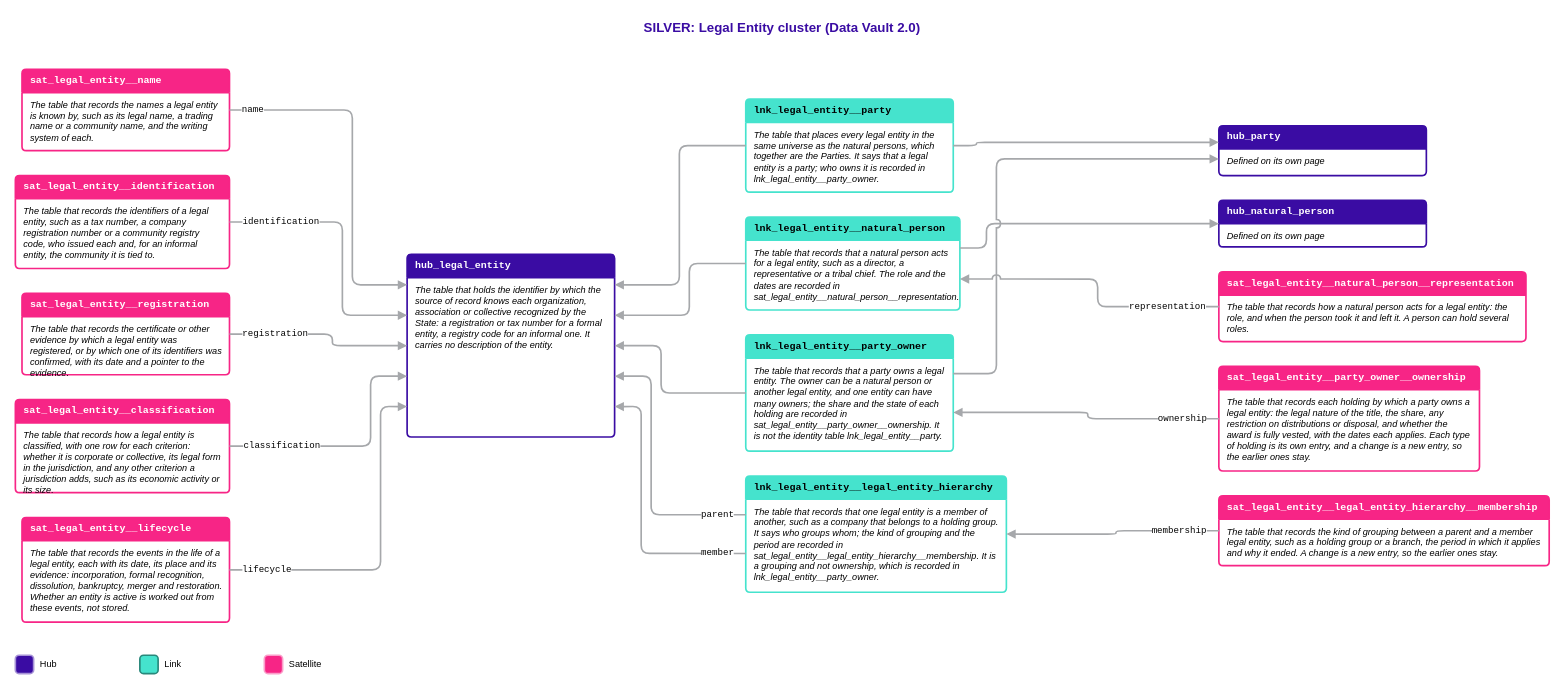
luisruizML/documents keeps this draw.io diagram as Rosetta/Business_Objects/drawio/Diagrams_Legal_Entity_Simplified.drawio. Above is the earlier version. Source tidied: cells renumbered, new cells numbered last; positions are measured from the earlier drawing's top-left corner, leaving out a move shared by most shapes. Both pictures are drawn from the tidied source at 83%, with x=0, y=0 at pixel (15, 14).
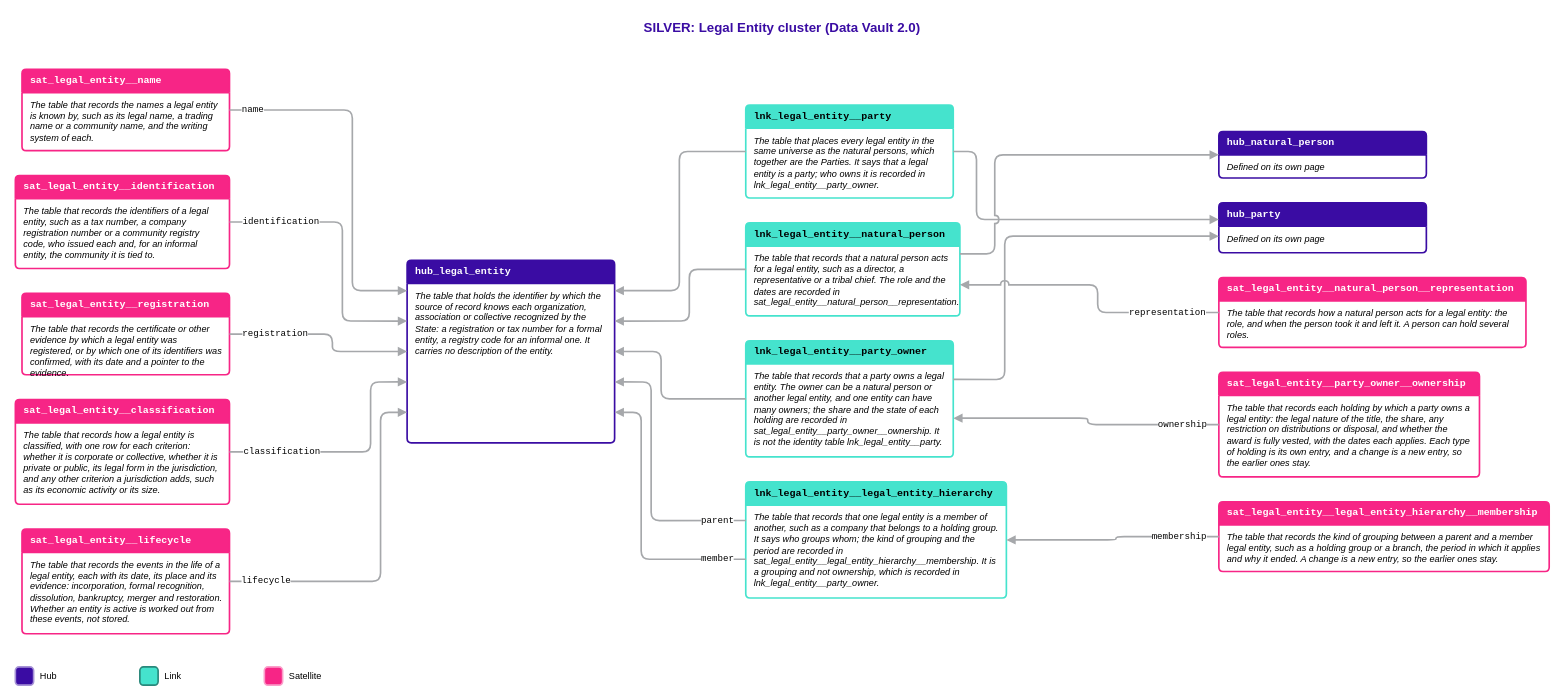
The same diagram, later.

The change refers to these unchanged cells:
```xml
<mxCell id="13" value="sat_legal_entity__name" style="swimlane;html=1;whiteSpace=wrap;rounded=1;arcSize=6;startSize=28;fillColor=#F72586;swimlaneFillColor=#FFFFFF;strokeColor=#F72586;strokeWidth=2;fontFamily=Courier New;fontSize=12;fontStyle=1;fontColor=#FFFFFF;align=left;spacingLeft=8;" parent="1" vertex="1">
  <mxGeometry x="8" y="66" width="250" height="98" as="geometry" />
</mxCell>
<mxCell id="15" value="sat_legal_entity__identification" style="swimlane;html=1;whiteSpace=wrap;rounded=1;arcSize=6;startSize=28;fillColor=#F72586;swimlaneFillColor=#FFFFFF;strokeColor=#F72586;strokeWidth=2;fontFamily=Courier New;fontSize=12;fontStyle=1;fontColor=#FFFFFF;align=left;spacingLeft=8;" parent="1" vertex="1">
  <mxGeometry y="194" width="258" height="112" as="geometry" />
</mxCell>
<mxCell id="17" value="sat_legal_entity__registration" style="swimlane;html=1;whiteSpace=wrap;rounded=1;arcSize=6;startSize=28;fillColor=#F72586;swimlaneFillColor=#FFFFFF;strokeColor=#F72586;strokeWidth=2;fontFamily=Courier New;fontSize=12;fontStyle=1;fontColor=#FFFFFF;align=left;spacingLeft=8;" parent="1" vertex="1">
  <mxGeometry x="8" y="336" width="250" height="98" as="geometry" />
</mxCell>
```

What changed in the source:
```diff
@@
     <mxCell id="3" value="hub_legal_entity" style="swimlane;html=1;whiteSpace=wrap;rounded=1;arcSize=6;startSize=28;fillColor=#3A0CA3;swimlaneFillColor=#FFFFFF;strokeColor=#3A0CA3;strokeWidth=2;fontFamily=Courier New;fontSize=12;fontStyle=1;fontColor=#FFFFFF;align=left;spacingLeft=8;" parent="1" vertex="1">
-      <mxGeometry x="472" y="289" width="250" height="220" as="geometry" />
+      <mxGeometry x="472" y="296" width="250" height="220" as="geometry" />
     </mxCell>
@@
     <mxCell id="5" value="lnk_legal_entity__party" style="swimlane;html=1;whiteSpace=wrap;rounded=1;arcSize=6;startSize=28;fillColor=#45E3CD;swimlaneFillColor=#FFFFFF;strokeColor=#45E3CD;strokeWidth=2;fontFamily=Courier New;fontSize=12;fontStyle=1;fontColor=#000000;align=left;spacingLeft=8;" parent="1" vertex="1">
-      <mxGeometry x="880" y="102" width="250" height="112" as="geometry" />
+      <mxGeometry x="880" y="109" width="250" height="112" as="geometry" />
     </mxCell>
@@
     <mxCell id="7" value="lnk_legal_entity__natural_person" style="swimlane;html=1;whiteSpace=wrap;rounded=1;arcSize=6;startSize=28;fillColor=#45E3CD;swimlaneFillColor=#FFFFFF;strokeColor=#45E3CD;strokeWidth=2;fontFamily=Courier New;fontSize=12;fontStyle=1;fontColor=#000000;align=left;spacingLeft=8;" parent="1" vertex="1">
-      <mxGeometry x="880" y="244" width="258" height="112" as="geometry" />
+      <mxGeometry x="880" y="251" width="258" height="112" as="geometry" />
     </mxCell>
@@
     <mxCell id="9" value="lnk_legal_entity__party_owner" style="swimlane;html=1;whiteSpace=wrap;rounded=1;arcSize=6;startSize=28;fillColor=#45E3CD;swimlaneFillColor=#FFFFFF;strokeColor=#45E3CD;strokeWidth=2;fontFamily=Courier New;fontSize=12;fontStyle=1;fontColor=#000000;align=left;spacingLeft=8;" parent="1" vertex="1">
-      <mxGeometry x="880" y="386" width="250" height="140" as="geometry" />
+      <mxGeometry x="880" y="393" width="250" height="140" as="geometry" />
     </mxCell>
@@
     <mxCell id="11" value="lnk_legal_entity__legal_entity_hierarchy" style="swimlane;html=1;whiteSpace=wrap;rounded=1;arcSize=6;startSize=28;fillColor=#45E3CD;swimlaneFillColor=#FFFFFF;strokeColor=#45E3CD;strokeWidth=2;fontFamily=Courier New;fontSize=12;fontStyle=1;fontColor=#000000;align=left;spacingLeft=8;" parent="1" vertex="1">
-      <mxGeometry x="880" y="556" width="314" height="140" as="geometry" />
+      <mxGeometry x="880" y="563" width="314" height="140" as="geometry" />
     </mxCell>
@@
     <mxCell id="19" value="sat_legal_entity__classification" style="swimlane;html=1;whiteSpace=wrap;rounded=1;arcSize=6;startSize=28;fillColor=#F72586;swimlaneFillColor=#FFFFFF;strokeColor=#F72586;strokeWidth=2;fontFamily=Courier New;fontSize=12;fontStyle=1;fontColor=#FFFFFF;align=left;spacingLeft=8;" parent="1" vertex="1">
-      <mxGeometry y="464" width="258" height="112" as="geometry" />
+      <mxGeometry y="464" width="258" height="126" as="geometry" />
     </mxCell>
-    <mxCell id="20" value="The table that records how a legal entity is classified, with one row for each criterion: whether it is corporate or collective, its legal form in the jurisdiction, and any other criterion a jurisdiction adds, such as its economic activity or its size." style="text;html=1;whiteSpace=wrap;align=left;verticalAlign=top;fontFamily=Arial;fontSize=11;fontStyle=2;fontColor=#000000;spacingLeft=8;spacingRight=8;" parent="19" vertex="1">
-      <mxGeometry y="30" width="258" height="76" as="geometry" />
+    <mxCell id="20" value="The table that records how a legal entity is classified, with one row for each criterion: whether it is corporate or collective, whether it is private or public, its legal form in the jurisdiction, and any other criterion a jurisdiction adds, such as its economic activity or its size." style="text;html=1;whiteSpace=wrap;align=left;verticalAlign=top;fontFamily=Arial;fontSize=11;fontStyle=2;fontColor=#000000;spacingLeft=8;spacingRight=8;" parent="19" vertex="1">
+      <mxGeometry y="30" width="258" height="90" as="geometry" />
     </mxCell>
     <mxCell id="21" value="sat_legal_entity__lifecycle" style="swimlane;html=1;whiteSpace=wrap;rounded=1;arcSize=6;startSize=28;fillColor=#F72586;swimlaneFillColor=#FFFFFF;strokeColor=#F72586;strokeWidth=2;fontFamily=Courier New;fontSize=12;fontStyle=1;fontColor=#FFFFFF;align=left;spacingLeft=8;" parent="1" vertex="1">
-      <mxGeometry x="8" y="606" width="250" height="126" as="geometry" />
+      <mxGeometry x="8" y="620" width="250" height="126" as="geometry" />
     </mxCell>
@@
     <mxCell id="23" value="sat_legal_entity__natural_person__representation" style="swimlane;html=1;whiteSpace=wrap;rounded=1;arcSize=6;startSize=28;fillColor=#F72586;swimlaneFillColor=#FFFFFF;strokeColor=#F72586;strokeWidth=2;fontFamily=Courier New;fontSize=12;fontStyle=1;fontColor=#FFFFFF;align=left;spacingLeft=8;" parent="1" vertex="1">
-      <mxGeometry x="1450" y="310" width="370" height="84" as="geometry" />
+      <mxGeometry x="1450" y="317" width="370" height="84" as="geometry" />
     </mxCell>
@@
     <mxCell id="25" value="sat_legal_entity__legal_entity_hierarchy__membership" style="swimlane;html=1;whiteSpace=wrap;rounded=1;arcSize=6;startSize=28;fillColor=#F72586;swimlaneFillColor=#FFFFFF;strokeColor=#F72586;strokeWidth=2;fontFamily=Courier New;fontSize=12;fontStyle=1;fontColor=#FFFFFF;align=left;spacingLeft=8;" parent="1" vertex="1">
-      <mxGeometry x="1450" y="580" width="398" height="84" as="geometry" />
+      <mxGeometry x="1450" y="587" width="398" height="84" as="geometry" />
     </mxCell>
@@
     <mxCell id="27" value="sat_legal_entity__party_owner__ownership" style="swimlane;html=1;whiteSpace=wrap;rounded=1;arcSize=6;startSize=28;fillColor=#F72586;swimlaneFillColor=#FFFFFF;strokeColor=#F72586;strokeWidth=2;fontFamily=Courier New;fontSize=12;fontStyle=1;fontColor=#FFFFFF;align=left;spacingLeft=8;" parent="1" vertex="1">
-      <mxGeometry x="1450" y="424" width="314" height="126" as="geometry" />
+      <mxGeometry x="1450" y="431" width="314" height="126" as="geometry" />
     </mxCell>
@@
-    <mxCell id="29" value="hub_party" style="swimlane;html=1;whiteSpace=wrap;rounded=1;arcSize=6;startSize=28;fillColor=#3A0CA3;swimlaneFillColor=#FFFFFF;strokeColor=#3A0CA3;strokeWidth=2;fontFamily=Courier New;fontSize=12;fontStyle=1;fontColor=#FFFFFF;align=left;spacingLeft=8;" parent="1" vertex="1">
-      <mxGeometry x="1450" y="134" width="250" height="60" as="geometry" />
+    <mxCell id="29" value="hub_natural_person" style="swimlane;html=1;whiteSpace=wrap;rounded=1;arcSize=6;startSize=28;fillColor=#3A0CA3;swimlaneFillColor=#FFFFFF;strokeColor=#3A0CA3;strokeWidth=2;fontFamily=Courier New;fontSize=12;fontStyle=1;fontColor=#FFFFFF;align=left;spacingLeft=8;" parent="1" vertex="1">
+      <mxGeometry x="1450" y="141" width="250" height="56" as="geometry" />
     </mxCell>
@@
-    <mxCell id="31" value="hub_natural_person" style="swimlane;html=1;whiteSpace=wrap;rounded=1;arcSize=6;startSize=28;fillColor=#3A0CA3;swimlaneFillColor=#FFFFFF;strokeColor=#3A0CA3;strokeWidth=2;fontFamily=Courier New;fontSize=12;fontStyle=1;fontColor=#FFFFFF;align=left;spacingLeft=8;" parent="1" vertex="1">
-      <mxGeometry x="1450" y="224" width="250" height="56" as="geometry" />
+    <mxCell id="31" value="hub_party" style="swimlane;html=1;whiteSpace=wrap;rounded=1;arcSize=6;startSize=28;fillColor=#3A0CA3;swimlaneFillColor=#FFFFFF;strokeColor=#3A0CA3;strokeWidth=2;fontFamily=Courier New;fontSize=12;fontStyle=1;fontColor=#FFFFFF;align=left;spacingLeft=8;" parent="1" vertex="1">
+      <mxGeometry x="1450" y="227" width="250" height="60" as="geometry" />
     </mxCell>
@@
     <mxCell id="33" style="edgeStyle=orthogonalEdgeStyle;rounded=1;jumpStyle=arc;jumpSize=8;html=1;strokeColor=#A6A8AB;strokeWidth=2;endArrow=block;endFill=1;exitX=0;exitY=0.5;exitDx=0;exitDy=0;entryX=1;entryY=0.1667;entryDx=0;entryDy=0;labelBackgroundColor=#FFFFFF;fontFamily=Courier New;fontSize=11;fontColor=#000000;" parent="1" edge="1" source="5" target="3">
       <mxGeometry x="-0.94" relative="1" as="geometry">
         <Array as="points">
-          <mxPoint x="800" y="158" />
-          <mxPoint x="800" y="325.7" />
+          <mxPoint x="800" y="165" />
+          <mxPoint x="800" y="332.7" />
         </Array>
       </mxGeometry>
     </mxCell>
-    <mxCell id="34" style="edgeStyle=orthogonalEdgeStyle;rounded=1;jumpStyle=arc;jumpSize=8;html=1;strokeColor=#A6A8AB;strokeWidth=2;endArrow=block;endFill=1;exitX=1;exitY=0.5;exitDx=0;exitDy=0;entryX=0;entryY=0.3333;entryDx=0;entryDy=0;labelBackgroundColor=#FFFFFF;fontFamily=Courier New;fontSize=11;fontColor=#000000;" parent="1" edge="1" source="5" target="29">
-      <mxGeometry x="-0.94" relative="1" as="geometry">
+    <mxCell id="34" style="edgeStyle=orthogonalEdgeStyle;rounded=1;jumpStyle=arc;jumpSize=8;html=1;strokeColor=#A6A8AB;strokeWidth=2;endArrow=block;endFill=1;exitX=1;exitY=0.5;exitDx=0;exitDy=0;entryX=0;entryY=0.3333;entryDx=0;entryDy=0;labelBackgroundColor=#FFFFFF;fontFamily=Courier New;fontSize=11;fontColor=#000000;" parent="1" edge="1" source="5" target="31">
+      <mxGeometry x="-0.95" relative="1" as="geometry">
         <Array as="points">
-          <mxPoint x="1158" y="158" />
-          <mxPoint x="1158" y="154" />
+          <mxPoint x="1158" y="165" />
+          <mxPoint x="1158" y="247" />
         </Array>
       </mxGeometry>
     </mxCell>
     <mxCell id="35" style="edgeStyle=orthogonalEdgeStyle;rounded=1;jumpStyle=arc;jumpSize=8;html=1;strokeColor=#A6A8AB;strokeWidth=2;endArrow=block;endFill=1;exitX=0;exitY=0.5;exitDx=0;exitDy=0;entryX=1;entryY=0.3333;entryDx=0;entryDy=0;labelBackgroundColor=#FFFFFF;fontFamily=Courier New;fontSize=11;fontColor=#000000;" parent="1" edge="1" source="7" target="3">
       <mxGeometry x="-0.91" relative="1" as="geometry">
         <Array as="points">
-          <mxPoint x="812" y="300" />
-          <mxPoint x="812" y="362.3" />
+          <mxPoint x="812" y="307" />
+          <mxPoint x="812" y="369.3" />
         </Array>
       </mxGeometry>
     </mxCell>
-    <mxCell id="36" style="edgeStyle=orthogonalEdgeStyle;rounded=1;jumpStyle=arc;jumpSize=8;html=1;strokeColor=#A6A8AB;strokeWidth=2;endArrow=block;endFill=1;exitX=1;exitY=0.3333;exitDx=0;exitDy=0;entryX=0;entryY=0.5;entryDx=0;entryDy=0;labelBackgroundColor=#FFFFFF;fontFamily=Courier New;fontSize=11;fontColor=#000000;" parent="1" edge="1" source="7" target="31">
-      <mxGeometry x="-0.94" relative="1" as="geometry">
+    <mxCell id="36" style="edgeStyle=orthogonalEdgeStyle;rounded=1;jumpStyle=arc;jumpSize=8;html=1;strokeColor=#A6A8AB;strokeWidth=2;endArrow=block;endFill=1;exitX=1;exitY=0.3333;exitDx=0;exitDy=0;entryX=0;entryY=0.5;entryDx=0;entryDy=0;labelBackgroundColor=#FFFFFF;fontFamily=Courier New;fontSize=11;fontColor=#000000;" parent="1" edge="1" source="7" target="29">
+      <mxGeometry x="-0.95" relative="1" as="geometry">
         <Array as="points">
-          <mxPoint x="1170" y="281.3" />
-          <mxPoint x="1170" y="252" />
+          <mxPoint x="1180" y="288.3" />
+          <mxPoint x="1180" y="169" />
         </Array>
       </mxGeometry>
     </mxCell>
     <mxCell id="37" style="edgeStyle=orthogonalEdgeStyle;rounded=1;jumpStyle=arc;jumpSize=8;html=1;strokeColor=#A6A8AB;strokeWidth=2;endArrow=block;endFill=1;exitX=0;exitY=0.5;exitDx=0;exitDy=0;entryX=1;entryY=0.5;entryDx=0;entryDy=0;labelBackgroundColor=#FFFFFF;fontFamily=Courier New;fontSize=11;fontColor=#000000;" parent="1" edge="1" source="9" target="3">
       <mxGeometry x="-0.91" relative="1" as="geometry">
         <Array as="points">
-          <mxPoint x="778" y="456" />
-          <mxPoint x="778" y="399" />
+          <mxPoint x="778" y="463" />
+          <mxPoint x="778" y="406" />
         </Array>
       </mxGeometry>
     </mxCell>
-    <mxCell id="38" style="edgeStyle=orthogonalEdgeStyle;rounded=1;jumpStyle=arc;jumpSize=8;html=1;strokeColor=#A6A8AB;strokeWidth=2;endArrow=block;endFill=1;exitX=1;exitY=0.3333;exitDx=0;exitDy=0;entryX=0;entryY=0.6667;entryDx=0;entryDy=0;labelBackgroundColor=#FFFFFF;fontFamily=Courier New;fontSize=11;fontColor=#000000;" parent="1" edge="1" source="9" target="29">
-      <mxGeometry x="-0.97" relative="1" as="geometry">
+    <mxCell id="38" style="edgeStyle=orthogonalEdgeStyle;rounded=1;jumpStyle=arc;jumpSize=8;html=1;strokeColor=#A6A8AB;strokeWidth=2;endArrow=block;endFill=1;exitX=1;exitY=0.3333;exitDx=0;exitDy=0;entryX=0;entryY=0.6667;entryDx=0;entryDy=0;labelBackgroundColor=#FFFFFF;fontFamily=Courier New;fontSize=11;fontColor=#000000;" parent="1" edge="1" source="9" target="31">
+      <mxGeometry x="-0.96" relative="1" as="geometry">
         <Array as="points">
-          <mxPoint x="1182" y="432.7" />
-          <mxPoint x="1182" y="174" />
+          <mxPoint x="1192" y="439.7" />
+          <mxPoint x="1192" y="267" />
         </Array>
       </mxGeometry>
     </mxCell>
     <mxCell id="39" value="parent" style="edgeStyle=orthogonalEdgeStyle;rounded=1;jumpStyle=arc;jumpSize=8;html=1;strokeColor=#A6A8AB;strokeWidth=2;endArrow=block;endFill=1;exitX=0;exitY=0.3333;exitDx=0;exitDy=0;entryX=1;entryY=0.6667;entryDx=0;entryDy=0;labelBackgroundColor=#FFFFFF;fontFamily=Courier New;fontSize=11;fontColor=#000000;" parent="1" edge="1" source="11" target="3">
       <mxGeometry x="-0.79" relative="1" as="geometry">
         <Array as="points">
-          <mxPoint x="766" y="602.7" />
-          <mxPoint x="766" y="435.7" />
+          <mxPoint x="766" y="609.7" />
+          <mxPoint x="766" y="442.7" />
         </Array>
       </mxGeometry>
     </mxCell>
     <mxCell id="40" value="member" style="edgeStyle=orthogonalEdgeStyle;rounded=1;jumpStyle=arc;jumpSize=8;html=1;strokeColor=#A6A8AB;strokeWidth=2;endArrow=block;endFill=1;exitX=0;exitY=0.6667;exitDx=0;exitDy=0;entryX=1;entryY=0.8333;entryDx=0;entryDy=0;labelBackgroundColor=#FFFFFF;fontFamily=Courier New;fontSize=11;fontColor=#000000;" parent="1" edge="1" source="11" target="3">
       <mxGeometry x="-0.8" relative="1" as="geometry">
         <Array as="points">
-          <mxPoint x="754" y="649.3" />
-          <mxPoint x="754" y="472.3" />
+          <mxPoint x="754" y="656.3" />
+          <mxPoint x="754" y="479.3" />
         </Array>
       </mxGeometry>
     </mxCell>
     <mxCell id="41" value="name" style="edgeStyle=orthogonalEdgeStyle;rounded=1;jumpStyle=arc;jumpSize=8;html=1;strokeColor=#A6A8AB;strokeWidth=2;endArrow=block;endFill=1;exitX=1;exitY=0.5;exitDx=0;exitDy=0;entryX=0;entryY=0.1667;entryDx=0;entryDy=0;labelBackgroundColor=#FFFFFF;fontFamily=Courier New;fontSize=11;fontColor=#000000;" parent="1" edge="1" source="13" target="3">
       <mxGeometry x="-0.87" relative="1" as="geometry">
         <Array as="points">
           <mxPoint x="406" y="115" />
-          <mxPoint x="406" y="325.7" />
+          <mxPoint x="406" y="332.7" />
         </Array>
       </mxGeometry>
     </mxCell>
     <mxCell id="42" value="identification" style="edgeStyle=orthogonalEdgeStyle;rounded=1;jumpStyle=arc;jumpSize=8;html=1;strokeColor=#A6A8AB;strokeWidth=2;endArrow=block;endFill=1;exitX=1;exitY=0.5;exitDx=0;exitDy=0;entryX=0;entryY=0.3333;entryDx=0;entryDy=0;labelBackgroundColor=#FFFFFF;fontFamily=Courier New;fontSize=11;fontColor=#000000;" parent="1" edge="1" source="15" target="3">
-      <mxGeometry x="-0.62" relative="1" as="geometry">
+      <mxGeometry x="-0.63" relative="1" as="geometry">
         <Array as="points">
           <mxPoint x="394" y="250" />
-          <mxPoint x="394" y="362.3" />
+          <mxPoint x="394" y="369.3" />
         </Array>
       </mxGeometry>
     </mxCell>
     <mxCell id="43" value="registration" style="edgeStyle=orthogonalEdgeStyle;rounded=1;jumpStyle=arc;jumpSize=8;html=1;strokeColor=#A6A8AB;strokeWidth=2;endArrow=block;endFill=1;exitX=1;exitY=0.5;exitDx=0;exitDy=0;entryX=0;entryY=0.5;entryDx=0;entryDy=0;labelBackgroundColor=#FFFFFF;fontFamily=Courier New;fontSize=11;fontColor=#000000;" parent="1" edge="1" source="17" target="3">
-      <mxGeometry x="-0.52" relative="1" as="geometry">
+      <mxGeometry x="-0.53" relative="1" as="geometry">
         <Array as="points">
           <mxPoint x="382" y="385" />
-          <mxPoint x="382" y="399" />
+          <mxPoint x="382" y="406" />
         </Array>
       </mxGeometry>
     </mxCell>
     <mxCell id="44" value="classification" style="edgeStyle=orthogonalEdgeStyle;rounded=1;jumpStyle=arc;jumpSize=8;html=1;strokeColor=#A6A8AB;strokeWidth=2;endArrow=block;endFill=1;exitX=1;exitY=0.5;exitDx=0;exitDy=0;entryX=0;entryY=0.6667;entryDx=0;entryDy=0;labelBackgroundColor=#FFFFFF;fontFamily=Courier New;fontSize=11;fontColor=#000000;" parent="1" edge="1" source="19" target="3">
       <mxGeometry x="-0.58" relative="1" as="geometry">
         <Array as="points">
-          <mxPoint x="428" y="520" />
-          <mxPoint x="428" y="435.7" />
+          <mxPoint x="428" y="527" />
+          <mxPoint x="428" y="442.7" />
         </Array>
       </mxGeometry>
     </mxCell>
     <mxCell id="45" value="lifecycle" style="edgeStyle=orthogonalEdgeStyle;rounded=1;jumpStyle=arc;jumpSize=8;html=1;strokeColor=#A6A8AB;strokeWidth=2;endArrow=block;endFill=1;exitX=1;exitY=0.5;exitDx=0;exitDy=0;entryX=0;entryY=0.8333;entryDx=0;entryDy=0;labelBackgroundColor=#FFFFFF;fontFamily=Courier New;fontSize=11;fontColor=#000000;" parent="1" edge="1" source="21" target="3">
-      <mxGeometry x="-0.78" relative="1" as="geometry">
+      <mxGeometry x="-0.79" relative="1" as="geometry">
         <Array as="points">
-          <mxPoint x="440" y="669" />
-          <mxPoint x="440" y="472.3" />
+          <mxPoint x="440" y="683" />
+          <mxPoint x="440" y="479.3" />
         </Array>
       </mxGeometry>
     </mxCell>
     <mxCell id="46" value="representation" style="edgeStyle=orthogonalEdgeStyle;rounded=1;jumpStyle=arc;jumpSize=8;html=1;strokeColor=#A6A8AB;strokeWidth=2;endArrow=block;endFill=1;exitX=0;exitY=0.5;exitDx=0;exitDy=0;entryX=1;entryY=0.6667;entryDx=0;entryDy=0;labelBackgroundColor=#FFFFFF;fontFamily=Courier New;fontSize=11;fontColor=#000000;" parent="1" edge="1" source="23" target="7">
       <mxGeometry x="-0.64" relative="1" as="geometry">
         <Array as="points">
-          <mxPoint x="1304" y="352" />
-          <mxPoint x="1304" y="318.7" />
+          <mxPoint x="1304" y="359" />
+          <mxPoint x="1304" y="325.7" />
         </Array>
       </mxGeometry>
     </mxCell>
     <mxCell id="47" value="membership" style="edgeStyle=orthogonalEdgeStyle;rounded=1;jumpStyle=arc;jumpSize=8;html=1;strokeColor=#A6A8AB;strokeWidth=2;endArrow=block;endFill=1;exitX=0;exitY=0.5;exitDx=0;exitDy=0;entryX=1;entryY=0.5;entryDx=0;entryDy=0;labelBackgroundColor=#FFFFFF;fontFamily=Courier New;fontSize=11;fontColor=#000000;" parent="1" edge="1" source="25" target="11">
       <mxGeometry x="-0.63" relative="1" as="geometry">
         <Array as="points">
-          <mxPoint x="1326" y="622" />
-          <mxPoint x="1326" y="626" />
+          <mxPoint x="1326" y="629" />
+          <mxPoint x="1326" y="633" />
         </Array>
       </mxGeometry>
     </mxCell>
     <mxCell id="48" value="ownership" style="edgeStyle=orthogonalEdgeStyle;rounded=1;jumpStyle=arc;jumpSize=8;html=1;strokeColor=#A6A8AB;strokeWidth=2;endArrow=block;endFill=1;exitX=0;exitY=0.5;exitDx=0;exitDy=0;entryX=1;entryY=0.6667;entryDx=0;entryDy=0;labelBackgroundColor=#FFFFFF;fontFamily=Courier New;fontSize=11;fontColor=#000000;" parent="1" edge="1" source="27" target="9">
       <mxGeometry x="-0.73" relative="1" as="geometry">
         <Array as="points">
-          <mxPoint x="1292" y="487" />
-          <mxPoint x="1292" y="479.3" />
+          <mxPoint x="1292" y="494" />
+          <mxPoint x="1292" y="486.3" />
         </Array>
       </mxGeometry>
     </mxCell>
     <mxCell id="49" style="rounded=1;arcSize=20;fillColor=#3A0CA3;strokeColor=#A692D6;strokeWidth=2;" parent="1" vertex="1">
-      <mxGeometry y="772" width="22" height="22" as="geometry" />
+      <mxGeometry y="786" width="22" height="22" as="geometry" />
     </mxCell>
     <mxCell id="50" value="Hub" style="text;html=1;align=left;verticalAlign=middle;fontFamily=Arial;fontSize=11;fontColor=#000000;" parent="1" vertex="1">
-      <mxGeometry x="28" y="772" width="110" height="22" as="geometry" />
+      <mxGeometry x="28" y="786" width="110" height="22" as="geometry" />
     </mxCell>
     <mxCell id="51" style="rounded=1;arcSize=20;fillColor=#45E3CD;strokeColor=#29887B;strokeWidth=2;" parent="1" vertex="1">
-      <mxGeometry x="150" y="772" width="22" height="22" as="geometry" />
+      <mxGeometry x="150" y="786" width="22" height="22" as="geometry" />
     </mxCell>
     <mxCell id="52" value="Link" style="text;html=1;align=left;verticalAlign=middle;fontFamily=Arial;fontSize=11;fontColor=#000000;" parent="1" vertex="1">
-      <mxGeometry x="178" y="772" width="110" height="22" as="geometry" />
+      <mxGeometry x="178" y="786" width="110" height="22" as="geometry" />
     </mxCell>
     <mxCell id="53" style="rounded=1;arcSize=20;fillColor=#F72586;strokeColor=#FB9DC9;strokeWidth=2;" parent="1" vertex="1">
-      <mxGeometry x="300" y="772" width="22" height="22" as="geometry" />
+      <mxGeometry x="300" y="786" width="22" height="22" as="geometry" />
     </mxCell>
     <mxCell id="54" value="Satellite" style="text;html=1;align=left;verticalAlign=middle;fontFamily=Arial;fontSize=11;fontColor=#000000;" parent="1" vertex="1">
-      <mxGeometry x="328" y="772" width="110" height="22" as="geometry" />
+      <mxGeometry x="328" y="786" width="110" height="22" as="geometry" />
     </mxCell>
```
